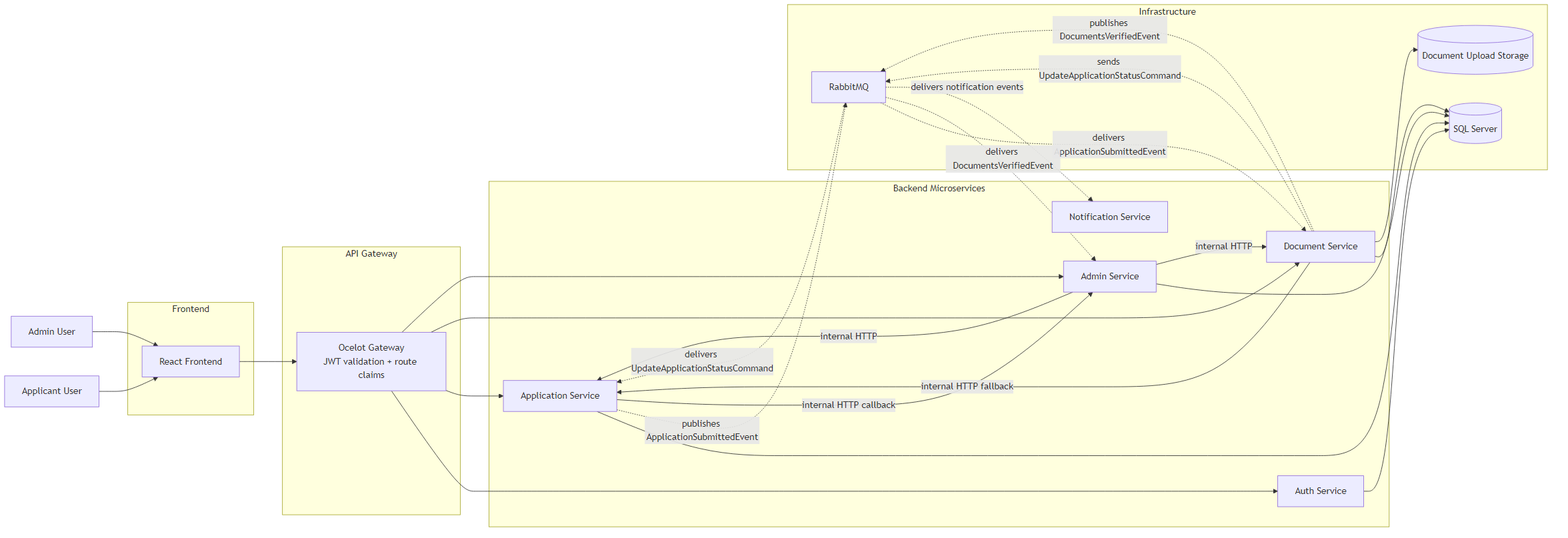
Earlier version of the Mermaid export Docs/architecture-diagram.png (Harsha260419/FastTrack-CapFinLoan). Its source is kept beside it as Docs/architecture-diagram.mmd. Source of this version:
```mermaid
flowchart LR
    A[Applicant User]
    B[Admin User]

    subgraph FE[Frontend]
      UI[React Frontend]
    end

    subgraph GW[API Gateway]
      OCELOT[Ocelot Gateway\nJWT validation + route claims]
    end

    subgraph MS[Backend Microservices]
      AUTH[Auth Service]
      APP[Application Service]
      DOC[Document Service]
      ADM[Admin Service]
      NOTIF[Notification Service]
    end

    subgraph INFRA[Infrastructure]
      MQ[RabbitMQ]
      SQL[(SQL Server)]
      FS[(Document Upload Storage)]
    end

    A --> UI
    B --> UI
    UI --> OCELOT

    OCELOT --> AUTH
    OCELOT --> APP
    OCELOT --> DOC
    OCELOT --> ADM

    AUTH --> SQL
    APP --> SQL
    DOC --> SQL
    ADM --> SQL
    DOC --> FS

    APP -. publishes ApplicationSubmittedEvent .-> MQ
    MQ -. delivers ApplicationSubmittedEvent .-> DOC
    DOC -. sends UpdateApplicationStatusCommand .-> MQ
    MQ -. delivers UpdateApplicationStatusCommand .-> APP
    DOC -. publishes DocumentsVerifiedEvent .-> MQ
    MQ -. delivers DocumentsVerifiedEvent .-> ADM
    MQ -. delivers notification events .-> NOTIF

    ADM -->|internal HTTP| APP
    ADM -->|internal HTTP| DOC
    APP -->|internal HTTP callback| ADM
    DOC -->|internal HTTP fallback| APP
```
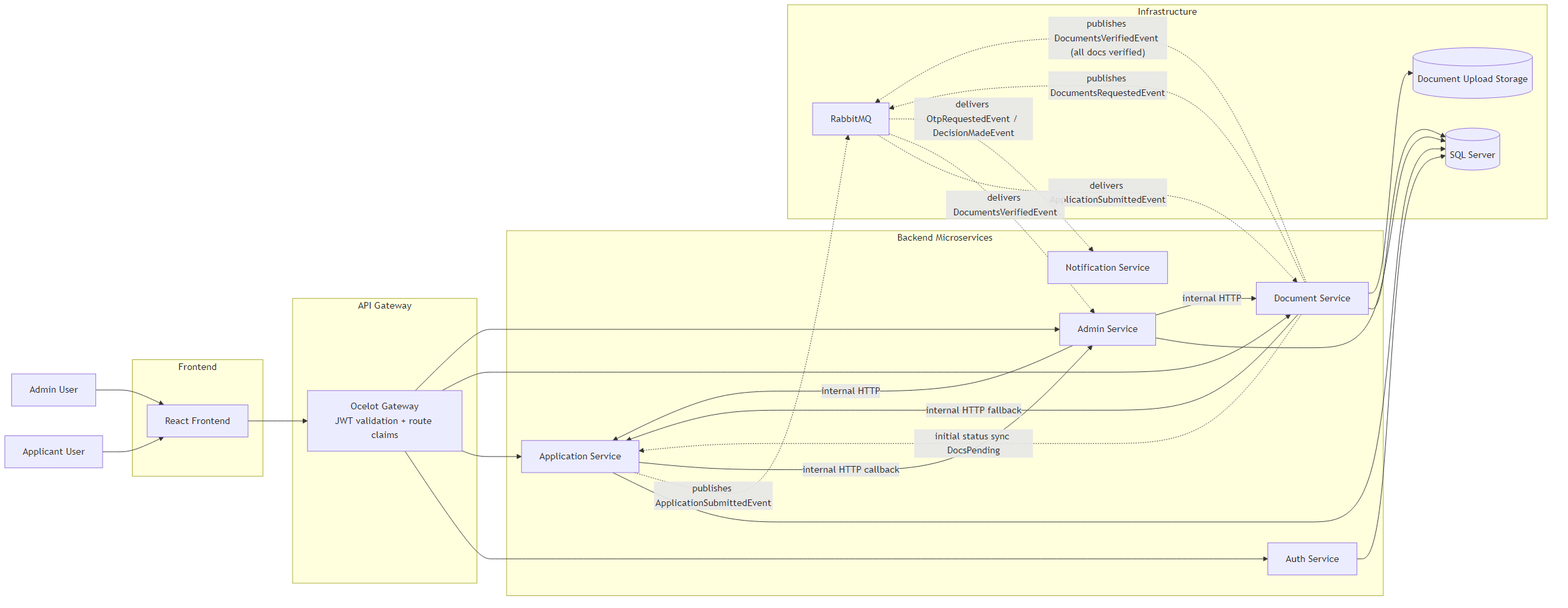
The same file after the commit.

Commit message:
doc status updation

The edit, as a diff of the source:
```diff
@@ -41,11 +41,11 @@
 
     APP -. publishes ApplicationSubmittedEvent .-> MQ
     MQ -. delivers ApplicationSubmittedEvent .-> DOC
-    DOC -. sends UpdateApplicationStatusCommand .-> MQ
-    MQ -. delivers UpdateApplicationStatusCommand .-> APP
-    DOC -. publishes DocumentsVerifiedEvent .-> MQ
+    DOC -. initial status sync DocsPending .-> APP
+    DOC -. publishes DocumentsRequestedEvent .-> MQ
+    DOC -. publishes DocumentsVerifiedEvent (all docs verified) .-> MQ
     MQ -. delivers DocumentsVerifiedEvent .-> ADM
-    MQ -. delivers notification events .-> NOTIF
+    MQ -. delivers OtpRequestedEvent / DecisionMadeEvent .-> NOTIF
 
     ADM -->|internal HTTP| APP
     ADM -->|internal HTTP| DOC
```
